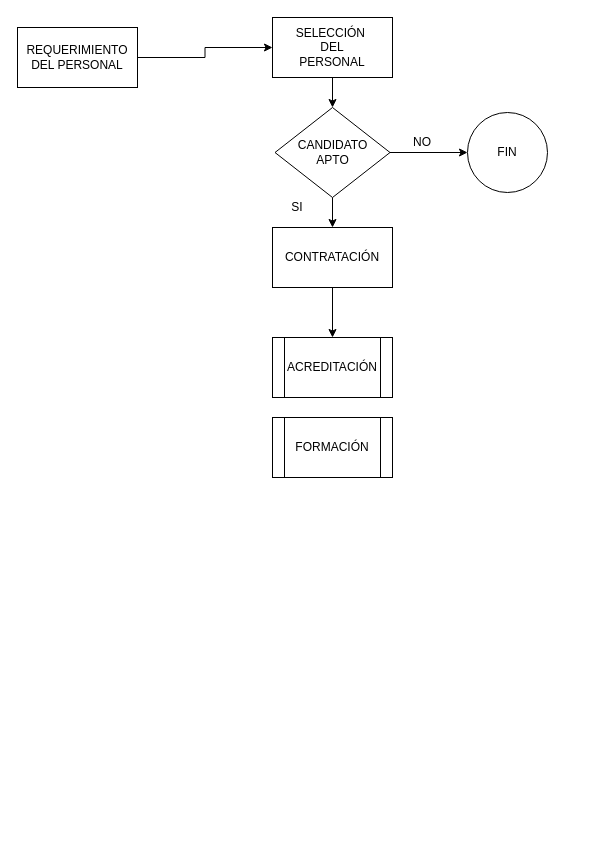
Before: Untitled Diagram.drawio in SeguridadOmega/diagrams, a draw.io diagram. Source tidied: cells renumbered, new cells numbered last; positions are measured from the earlier drawing's top-left corner, leaving out a move shared by most shapes. Both pictures are drawn from the tidied source at 100%, with x=0, y=0 at pixel (17, 17).
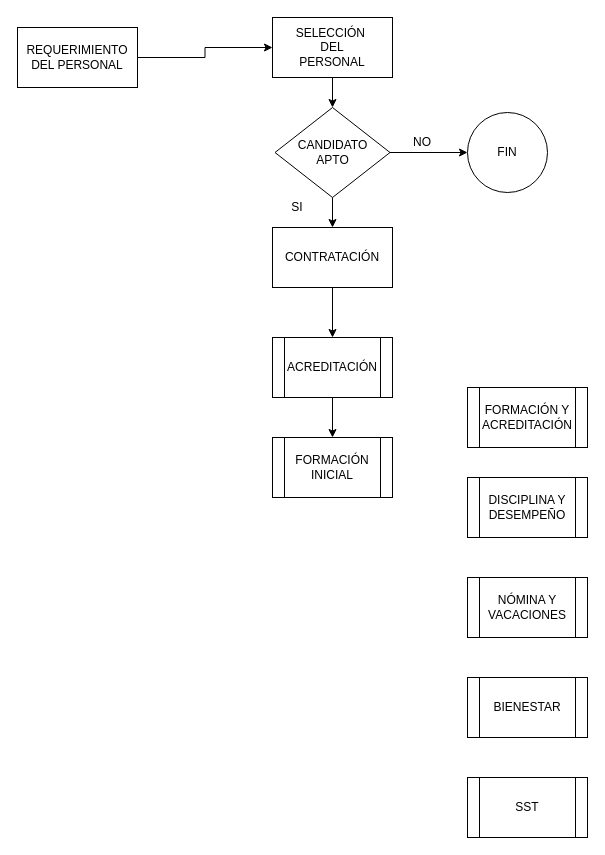
Above is the later version.

The change refers to these unchanged cells:
```xml
<mxCell id="10" value="ACREDITACIÓN" style="shape=process;whiteSpace=wrap;html=1;backgroundOutline=1;" parent="1" vertex="1">
  <mxGeometry x="255" y="320" width="120" height="60" as="geometry" />
</mxCell>
```

The edit, as a diff of the source:
```diff
@@
+    <mxCell id="16" style="edgeStyle=orthogonalEdgeStyle;rounded=0;jettySize=auto;html=1;exitX=0.5;exitY=1;exitDx=0;exitDy=0;" parent="1" edge="1" source="10" target="15">
+      <mxGeometry relative="1" as="geometry" />
+    </mxCell>
@@
-    <mxCell id="15" value="FORMACIÓN" style="shape=process;whiteSpace=wrap;html=1;backgroundOutline=1;" parent="1" vertex="1">
-      <mxGeometry x="255" y="400" width="120" height="60" as="geometry" />
+    <mxCell id="15" value="FORMACIÓN&lt;br&gt;INICIAL" style="shape=process;whiteSpace=wrap;html=1;backgroundOutline=1;" parent="1" vertex="1">
+      <mxGeometry x="255" y="420" width="120" height="60" as="geometry" />
     </mxCell>
+    <mxCell id="17" value="NÓMINA Y VACACIONES" style="shape=process;whiteSpace=wrap;html=1;backgroundOutline=1;" parent="1" vertex="1">
+      <mxGeometry x="450" y="560" width="120" height="60" as="geometry" />
+    </mxCell>
+    <mxCell id="18" value="DISCIPLINA Y DESEMPEÑO" style="shape=process;whiteSpace=wrap;html=1;backgroundOutline=1;" parent="1" vertex="1">
+      <mxGeometry x="450" y="460" width="120" height="60" as="geometry" />
+    </mxCell>
+    <mxCell id="19" value="BIENESTAR" style="shape=process;whiteSpace=wrap;html=1;backgroundOutline=1;" parent="1" vertex="1">
+      <mxGeometry x="450" y="660" width="120" height="60" as="geometry" />
+    </mxCell>
+    <mxCell id="20" value="SST" style="shape=process;whiteSpace=wrap;html=1;backgroundOutline=1;" parent="1" vertex="1">
+      <mxGeometry x="450" y="760" width="120" height="60" as="geometry" />
+    </mxCell>
+    <mxCell id="21" value="FORMACIÓN Y ACREDITACIÓN" style="shape=process;whiteSpace=wrap;html=1;backgroundOutline=1;" parent="1" vertex="1">
+      <mxGeometry x="450" y="370" width="120" height="60" as="geometry" />
+    </mxCell>
```
